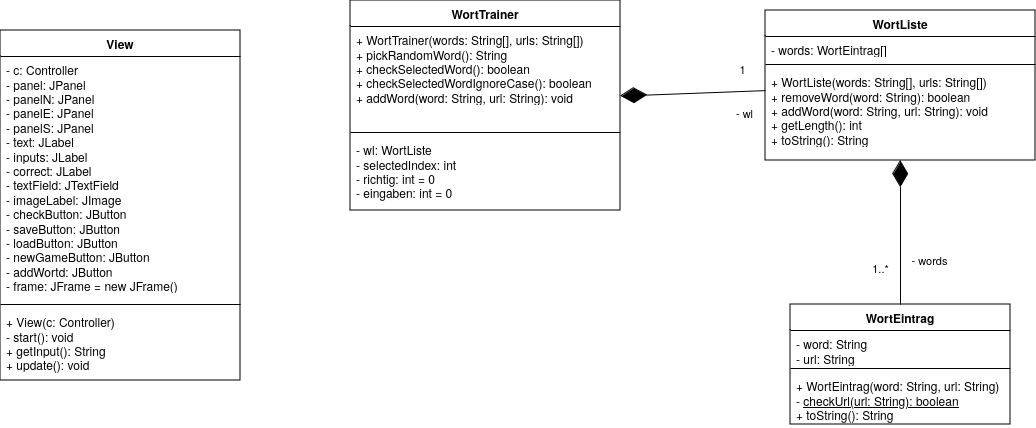
Above: doc/worttrainer.drawio.png in TGM-HIT/sew9-2425-worttrainer-czlabinger (draw.io), before the change. Source tidied: cells renumbered, new cells last; positions are measured from the earlier drawing's top-left corner, leaving out a move shared by most shapes.
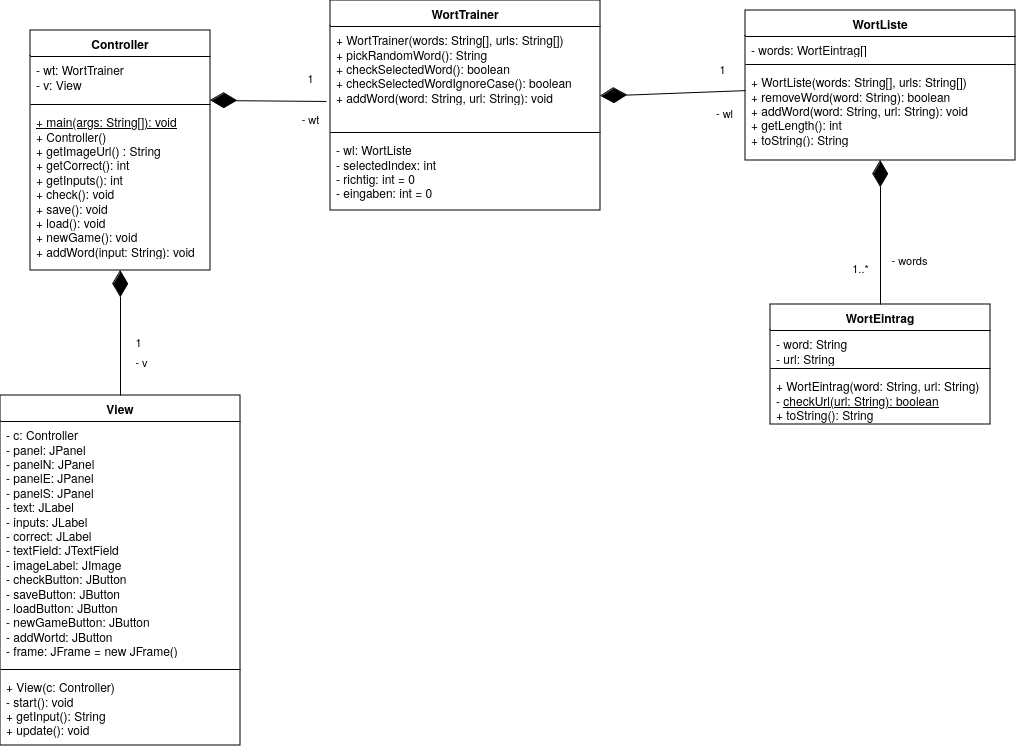
The same file after the commit.

Commit message:
Added controler uml

Change to the diagram source:
```diff
@@ -66,8 +66,35 @@
         <mxPoint x="15" y="-21" as="offset" />
       </mxGeometry>
     </mxCell>
+    <mxCell id="24" value="&lt;div&gt;Controller&lt;/div&gt;" style="swimlane;fontStyle=1;align=center;verticalAlign=top;horizontal=1;startSize=26;whiteSpace=wrap;html=1;" parent="1" vertex="1">
+      <mxGeometry x="50" y="30" width="180" height="240" as="geometry" />
+    </mxCell>
+    <mxCell id="25" value="&lt;div&gt;- wt: WortTrainer&lt;/div&gt;&lt;div&gt;- v: View&lt;br&gt;&lt;/div&gt;" style="text;strokeColor=none;fillColor=none;align=left;verticalAlign=top;spacingLeft=4;spacingRight=4;overflow=hidden;whiteSpace=wrap;html=1;" parent="24" vertex="1">
+      <mxGeometry y="26" width="180" height="44" as="geometry" />
+    </mxCell>
+    <mxCell id="26" style="line;strokeWidth=1;fillColor=none;align=left;verticalAlign=middle;spacingTop=-1;spacingLeft=3;spacingRight=3;labelPosition=right;strokeColor=inherit;" parent="24" vertex="1">
+      <mxGeometry y="70" width="180" height="8" as="geometry" />
+    </mxCell>
+    <mxCell id="27" value="&lt;div&gt;&lt;u&gt;+ main(args: String[]): void&lt;/u&gt;&lt;/div&gt;+ Controller()&lt;div&gt;+ getImageUrl() : String&lt;/div&gt;&lt;div&gt;+ getCorrect(): int&lt;/div&gt;&lt;div&gt;+ getInputs(): int&lt;/div&gt;&lt;div&gt;+ check(): void&lt;/div&gt;&lt;div&gt;+ save(): void&lt;/div&gt;&lt;div&gt;+ load(): void&lt;/div&gt;&lt;div&gt;+ newGame(): void&lt;/div&gt;&lt;div&gt;+ addWord(input: String): void&lt;/div&gt;" style="text;strokeColor=none;fillColor=none;align=left;verticalAlign=top;spacingLeft=4;spacingRight=4;overflow=hidden;points=[[0,0.5],[1,0.5]];portConstraint=eastwest;whiteSpace=wrap;html=1;" parent="24" vertex="1">
+      <mxGeometry y="78" width="180" height="162" as="geometry" />
+    </mxCell>
+    <mxCell id="28" style="endArrow=diamondThin;endFill=1;endSize=24;html=1;rounded=0;exitX=-0.015;exitY=0.735;exitDx=0;exitDy=0;exitPerimeter=0;" parent="1" edge="1" source="3">
+      <mxGeometry relative="1" as="geometry">
+        <mxPoint x="230" y="100" as="targetPoint" />
+      </mxGeometry>
+    </mxCell>
+    <mxCell id="29" value="&lt;div&gt;- wt&lt;/div&gt;" style="edgeLabel;html=1;align=center;verticalAlign=middle;" parent="28" vertex="1">
+      <mxGeometry x="0.48" y="-2" relative="1" as="geometry">
+        <mxPoint x="70" y="20" as="offset" />
+      </mxGeometry>
+    </mxCell>
+    <mxCell id="30" value="1" style="edgeLabel;html=1;align=center;verticalAlign=middle;" parent="28" vertex="1">
+      <mxGeometry x="-0.47" y="-2" relative="1" as="geometry">
+        <mxPoint x="15" y="-21" as="offset" />
+      </mxGeometry>
+    </mxCell>
     <mxCell id="20" value="View" style="swimlane;fontStyle=1;align=center;verticalAlign=top;horizontal=1;startSize=26;whiteSpace=wrap;html=1;" parent="1" vertex="1">
-      <mxGeometry y="30" width="240" height="350" as="geometry" />
+      <mxGeometry x="20" y="395" width="240" height="350" as="geometry" />
     </mxCell>
     <mxCell id="21" value="&lt;div&gt;- c: Controller&lt;/div&gt;&lt;div&gt;- panel: JPanel&lt;/div&gt;&lt;div&gt;- panelN: JPanel&lt;/div&gt;&lt;div&gt;- panelE: JPanel&lt;/div&gt;&lt;div&gt;- panelS: JPanel&lt;/div&gt;&lt;div&gt;- text: JLabel&lt;/div&gt;&lt;div&gt;- inputs: JLabel&lt;/div&gt;&lt;div&gt;- correct: JLabel&lt;/div&gt;&lt;div&gt;- textField: JTextField&lt;/div&gt;&lt;div&gt;- imageLabel: JImage&lt;br&gt;&lt;/div&gt;&lt;div&gt;- checkButton: JButton&lt;/div&gt;&lt;div&gt;- saveButton: JButton&lt;/div&gt;&lt;div&gt;- loadButton: JButton&lt;/div&gt;&lt;div&gt;- newGameButton: JButton&lt;/div&gt;&lt;div&gt;- addWortd: JButton&lt;br&gt;&lt;/div&gt;&lt;div&gt;- frame: JFrame = new JFrame()&lt;/div&gt;" style="text;strokeColor=none;fillColor=none;align=left;verticalAlign=top;spacingLeft=4;spacingRight=4;overflow=hidden;whiteSpace=wrap;html=1;" parent="20" vertex="1">
       <mxGeometry y="26" width="240" height="244" as="geometry" />
@@ -78,5 +105,18 @@
     <mxCell id="23" value="&lt;div&gt;+ View(c: Controller)&lt;/div&gt;&lt;div&gt;- start(): void&lt;br&gt;&lt;/div&gt;&lt;div&gt;+ getInput(): String&lt;/div&gt;&lt;div&gt;+ update(): void&lt;br&gt;&lt;/div&gt;" style="text;strokeColor=none;fillColor=none;align=left;verticalAlign=top;spacingLeft=4;spacingRight=4;overflow=hidden;whiteSpace=wrap;html=1;" parent="20" vertex="1">
       <mxGeometry y="278" width="240" height="72" as="geometry" />
     </mxCell>
+    <mxCell id="31" style="endArrow=diamondThin;endFill=1;endSize=24;html=1;rounded=0;" parent="1" edge="1" source="20" target="27">
+      <mxGeometry relative="1" as="geometry" />
+    </mxCell>
+    <mxCell id="32" value="&lt;div&gt;- v&lt;br&gt;&lt;/div&gt;" style="edgeLabel;html=1;align=center;verticalAlign=middle;" parent="31" vertex="1">
+      <mxGeometry x="0.48" y="-2" relative="1" as="geometry">
+        <mxPoint x="18" y="59" as="offset" />
+      </mxGeometry>
+    </mxCell>
+    <mxCell id="33" value="1" style="edgeLabel;html=1;align=center;verticalAlign=middle;" parent="31" vertex="1">
+      <mxGeometry x="-0.47" y="-2" relative="1" as="geometry">
+        <mxPoint x="15" y="-21" as="offset" />
+      </mxGeometry>
+    </mxCell>
   </root>
 </mxGraphModel>
```
